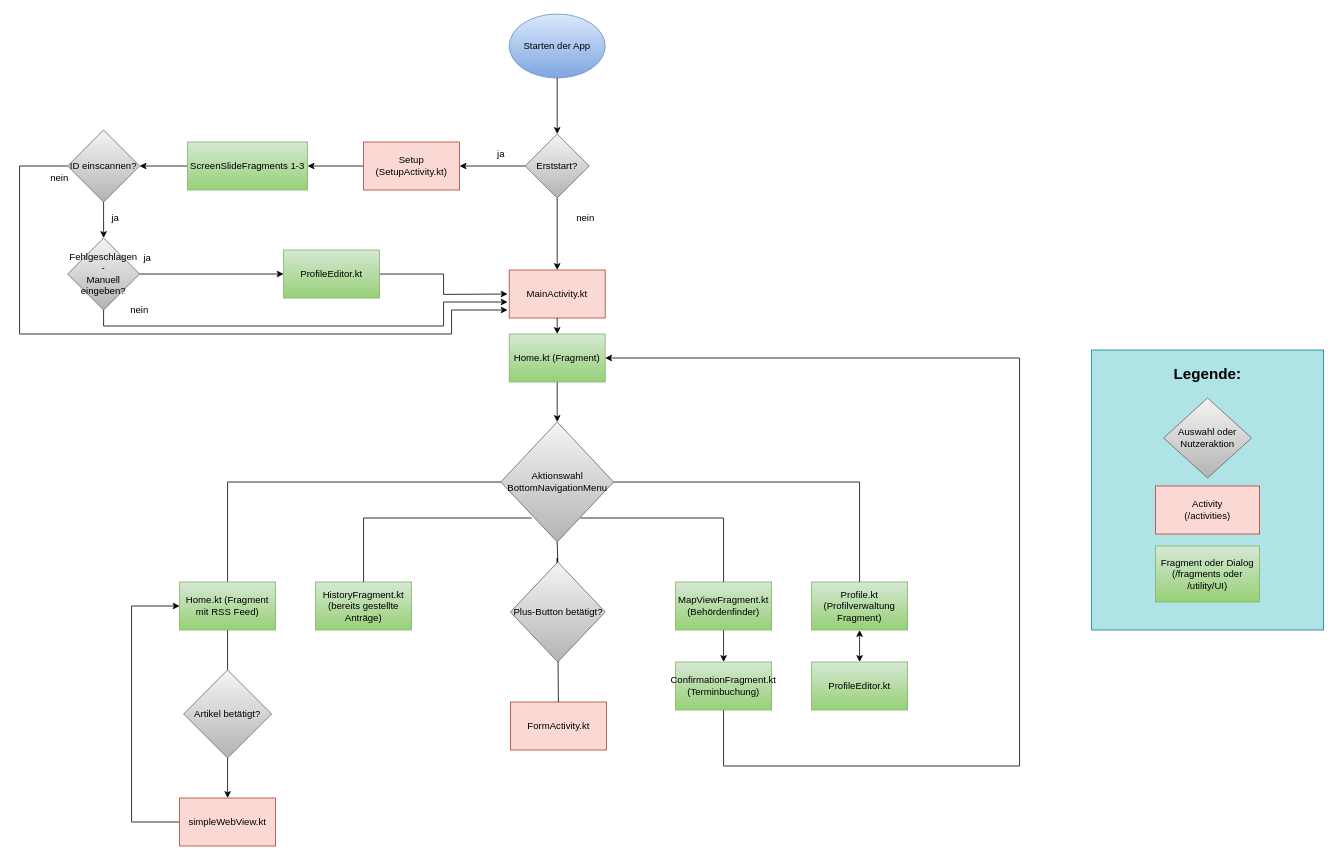
emcee-101/evameg keeps this draw.io diagram as DOC/graphics/evameg_Flowchart_Navigationgraph.drawio. Above is the earlier version. Source tidied: cells renumbered, new cells numbered last; positions are measured from the earlier drawing's top-left corner, leaving out a move shared by most shapes. Both pictures are drawn from the tidied source at 80%, with x=0, y=0 at pixel (19, 14).
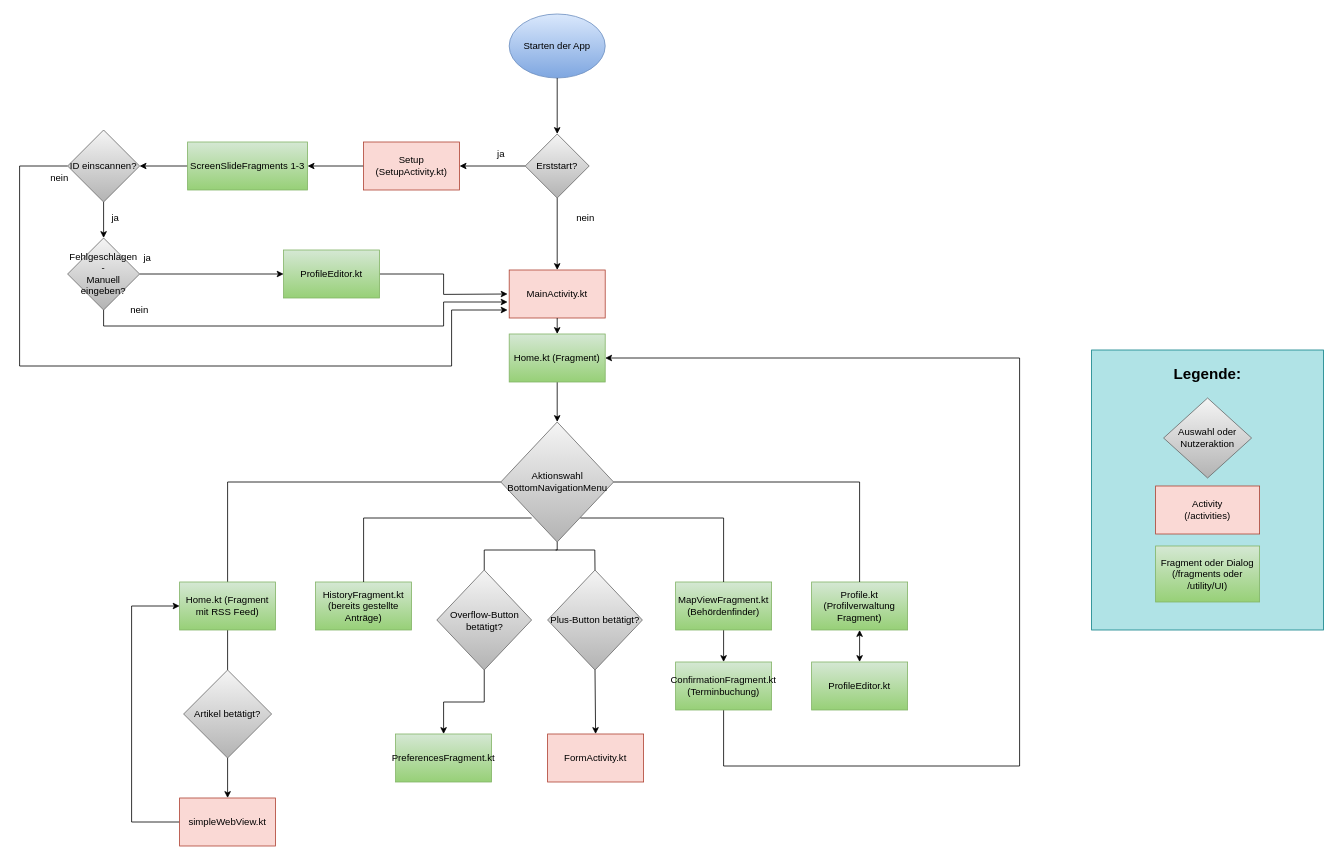
The same page after the edit.

Unchanged cells that the change refers to:
```xml
<mxCell id="4" value="&lt;div&gt;Aktionswahl &lt;br&gt;&lt;/div&gt;&lt;div&gt;BottomNavigationMenu&lt;/div&gt;" style="rhombus;whiteSpace=wrap;html=1;fillColor=#f5f5f5;strokeColor=#666666;gradientColor=#b3b3b3;" parent="1" vertex="1">
  <mxGeometry x="601.5" y="510" width="141" height="150" as="geometry" />
</mxCell>
<mxCell id="22" value="ID einscannen?" style="rhombus;whiteSpace=wrap;html=1;fillColor=#f5f5f5;strokeColor=#666666;gradientColor=#b3b3b3;" parent="1" vertex="1">
  <mxGeometry x="60" y="145" width="90" height="90" as="geometry" />
</mxCell>
```

Diff of the diagram source:
```diff
@@
     <mxCell id="13" value="FormActivity.kt" style="rounded=0;whiteSpace=wrap;html=1;fillColor=#fad9d5;strokeColor=#ae4132;rotation=0;" parent="1" vertex="1">
-      <mxGeometry x="613.5" y="860" width="120" height="60" as="geometry" />
+      <mxGeometry x="660" y="900" width="120" height="60" as="geometry" />
     </mxCell>
@@
     <mxCell id="21" style="edgeStyle=orthogonalEdgeStyle;rounded=0;jettySize=auto;html=1;" parent="1" edge="1" source="22">
       <mxGeometry relative="1" as="geometry">
         <mxPoint x="610" y="370" as="targetPoint" />
         <Array as="points">
           <mxPoint y="190" />
-          <mxPoint y="400" />
-          <mxPoint x="540" y="400" />
+          <mxPoint y="440" />
+          <mxPoint x="540" y="440" />
           <mxPoint x="540" y="370" />
         </Array>
       </mxGeometry>
     </mxCell>
@@
-    <mxCell id="29" style="endArrow=none;html=1;rounded=0;exitX=0.5;exitY=0;exitDx=0;exitDy=0;entryX=0.5;entryY=1;entryDx=0;entryDy=0;startArrow=none;" parent="1" edge="1" source="47" target="4">
-      <mxGeometry relative="1" as="geometry" />
+    <mxCell id="29" style="endArrow=none;html=1;rounded=0;exitX=0.5;exitY=0;exitDx=0;exitDy=0;startArrow=none;" parent="1" edge="1" source="47">
+      <mxGeometry relative="1" as="geometry">
+        <mxPoint x="670" y="670" as="targetPoint" />
+        <Array as="points">
+          <mxPoint x="719" y="670" />
+        </Array>
+      </mxGeometry>
     </mxCell>
@@
-    <mxCell id="46" style="endArrow=none;html=1;rounded=0;exitX=0.5;exitY=0;exitDx=0;exitDy=0;entryX=0.5;entryY=1;entryDx=0;entryDy=0;" parent="1" edge="1" source="13" target="47">
-      <mxGeometry relative="1" as="geometry">
-        <Array as="points">
-          <mxPoint x="672" y="680" />
-        </Array>
-      </mxGeometry>
+    <mxCell id="46" style="endArrow=none;html=1;rounded=0;exitX=0.5;exitY=0;exitDx=0;exitDy=0;entryX=0.5;entryY=1;entryDx=0;entryDy=0;endFill=0;startArrow=classic;startFill=1;" parent="1" edge="1" source="13" target="47">
+      <mxGeometry relative="1" as="geometry" />
     </mxCell>
     <mxCell id="47" value="&lt;div&gt;Plus-Button betätigt?&lt;/div&gt;" style="rhombus;whiteSpace=wrap;html=1;fillColor=#f5f5f5;strokeColor=#666666;gradientColor=#b3b3b3;" parent="1" vertex="1">
-      <mxGeometry x="613.5" y="685" width="118.5" height="125" as="geometry" />
+      <mxGeometry x="660" y="695" width="118.5" height="125" as="geometry" />
     </mxCell>
@@
+    <mxCell id="56" style="edgeStyle=orthogonalEdgeStyle;rounded=0;jettySize=auto;html=1;entryX=0.5;entryY=1;entryDx=0;entryDy=0;endArrow=none;endFill=0;" parent="1" edge="1" source="58" target="4">
+      <mxGeometry relative="1" as="geometry">
+        <Array as="points">
+          <mxPoint x="581" y="670" />
+          <mxPoint x="672" y="670" />
+        </Array>
+      </mxGeometry>
+    </mxCell>
+    <mxCell id="57" style="edgeStyle=orthogonalEdgeStyle;rounded=0;jettySize=auto;html=1;entryX=0.5;entryY=0;entryDx=0;entryDy=0;endArrow=classic;endFill=1;" parent="1" edge="1" source="58" target="59">
+      <mxGeometry relative="1" as="geometry" />
+    </mxCell>
+    <mxCell id="58" value="&lt;div&gt;Overflow-Button betätigt?&lt;/div&gt;" style="rhombus;whiteSpace=wrap;html=1;fillColor=#f5f5f5;strokeColor=#666666;gradientColor=#b3b3b3;" parent="1" vertex="1">
+      <mxGeometry x="521.5" y="695" width="118.5" height="125" as="geometry" />
+    </mxCell>
+    <mxCell id="59" value="PreferencesFragment.kt" style="rounded=0;whiteSpace=wrap;html=1;fillColor=#d5e8d4;strokeColor=#82b366;gradientColor=#97d077;" parent="1" vertex="1">
+      <mxGeometry x="470" y="900" width="120" height="60" as="geometry" />
+    </mxCell>
```
